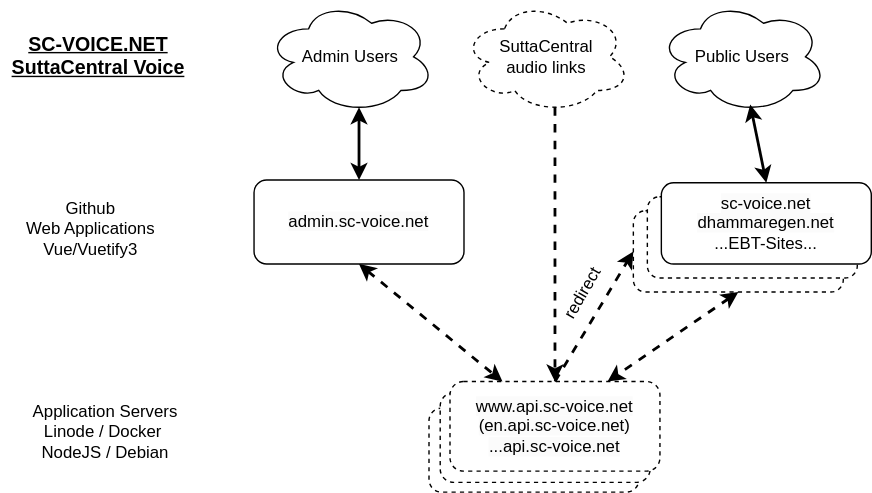
Before: public/img/api.sc-voice.net.drawio.svg, a diagram exported from draw.io (sc-voice/admin_sc-voice_net). Source tidied: cells renumbered, new cells last; positions are measured from the earlier drawing's top-left corner, leaving out a move shared by most shapes.
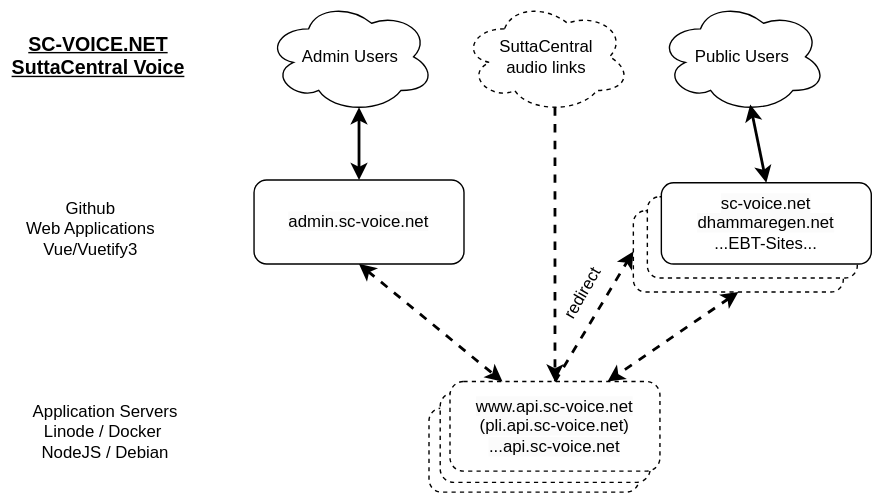
After the commit.

What changed in the source:
```diff
@@ -40,7 +40,7 @@
     <mxCell id="13" value="&lt;span style=&quot;color: rgb(0, 0, 0); font-family: Helvetica; font-size: 12px; font-style: normal; font-variant-ligatures: normal; font-variant-caps: normal; font-weight: 400; letter-spacing: normal; orphans: 2; text-align: center; text-indent: 0px; text-transform: none; widows: 2; word-spacing: 0px; -webkit-text-stroke-width: 0px; background-color: rgb(251, 251, 251); text-decoration-thickness: initial; text-decoration-style: initial; text-decoration-color: initial; float: none; display: inline !important;&quot;&gt;www.sc-voice.net&lt;/span&gt;&lt;span style=&quot;color: rgb(0, 0, 0); font-family: Helvetica; font-size: 12px; font-style: normal; font-variant-ligatures: normal; font-variant-caps: normal; font-weight: 400; letter-spacing: normal; orphans: 2; text-align: center; text-indent: 0px; text-transform: none; widows: 2; word-spacing: 0px; -webkit-text-stroke-width: 0px; background-color: rgb(251, 251, 251); text-decoration-thickness: initial; text-decoration-style: initial; text-decoration-color: initial; float: none; display: inline !important;&quot;&gt;&lt;br&gt;&lt;/span&gt;" style="rounded=1;whiteSpace=wrap;html=1;dashed=1;" parent="1" vertex="1">
       <mxGeometry x="314" y="280" width="150" height="64" as="geometry" />
     </mxCell>
-    <mxCell id="14" value="&lt;span style=&quot;color: rgb(0, 0, 0); font-family: Helvetica; font-size: 12px; font-style: normal; font-variant-ligatures: normal; font-variant-caps: normal; font-weight: 400; letter-spacing: normal; orphans: 2; text-align: center; text-indent: 0px; text-transform: none; widows: 2; word-spacing: 0px; -webkit-text-stroke-width: 0px; background-color: rgb(251, 251, 251); text-decoration-thickness: initial; text-decoration-style: initial; text-decoration-color: initial; float: none; display: inline !important;&quot;&gt;www.api.sc-voice.net&lt;br&gt;&lt;/span&gt;&lt;span style=&quot;color: rgb(0, 0, 0); font-family: Helvetica; font-size: 12px; font-style: normal; font-variant-ligatures: normal; font-variant-caps: normal; font-weight: 400; letter-spacing: normal; orphans: 2; text-align: center; text-indent: 0px; text-transform: none; widows: 2; word-spacing: 0px; -webkit-text-stroke-width: 0px; background-color: rgb(251, 251, 251); text-decoration-thickness: initial; text-decoration-style: initial; text-decoration-color: initial; float: none; display: inline !important;&quot;&gt;(en.api.sc-voice.net)&lt;br&gt;...api.sc-voice.net&lt;br&gt;&lt;/span&gt;" style="rounded=1;whiteSpace=wrap;html=1;dashed=1;" parent="1" vertex="1">
+    <mxCell id="14" value="&lt;span style=&quot;color: rgb(0, 0, 0); font-family: Helvetica; font-size: 12px; font-style: normal; font-variant-ligatures: normal; font-variant-caps: normal; font-weight: 400; letter-spacing: normal; orphans: 2; text-align: center; text-indent: 0px; text-transform: none; widows: 2; word-spacing: 0px; -webkit-text-stroke-width: 0px; background-color: rgb(251, 251, 251); text-decoration-thickness: initial; text-decoration-style: initial; text-decoration-color: initial; float: none; display: inline !important;&quot;&gt;www.api.sc-voice.net&lt;br&gt;&lt;/span&gt;&lt;span style=&quot;color: rgb(0, 0, 0); font-family: Helvetica; font-size: 12px; font-style: normal; font-variant-ligatures: normal; font-variant-caps: normal; font-weight: 400; letter-spacing: normal; orphans: 2; text-align: center; text-indent: 0px; text-transform: none; widows: 2; word-spacing: 0px; -webkit-text-stroke-width: 0px; background-color: rgb(251, 251, 251); text-decoration-thickness: initial; text-decoration-style: initial; text-decoration-color: initial; float: none; display: inline !important;&quot;&gt;(pli.api.sc-voice.net)&lt;br&gt;...api.sc-voice.net&lt;br&gt;&lt;/span&gt;" style="rounded=1;whiteSpace=wrap;html=1;dashed=1;" parent="1" vertex="1">
       <mxGeometry x="321" y="272" width="150" height="64" as="geometry" />
     </mxCell>
     <mxCell id="15" style="endArrow=classic;startArrow=classic;html=1;rounded=0;entryX=0.25;entryY=0;entryDx=0;entryDy=0;exitX=0.5;exitY=1;exitDx=0;exitDy=0;strokeWidth=2;dashed=1;" parent="1" edge="1" source="2" target="14">
```
